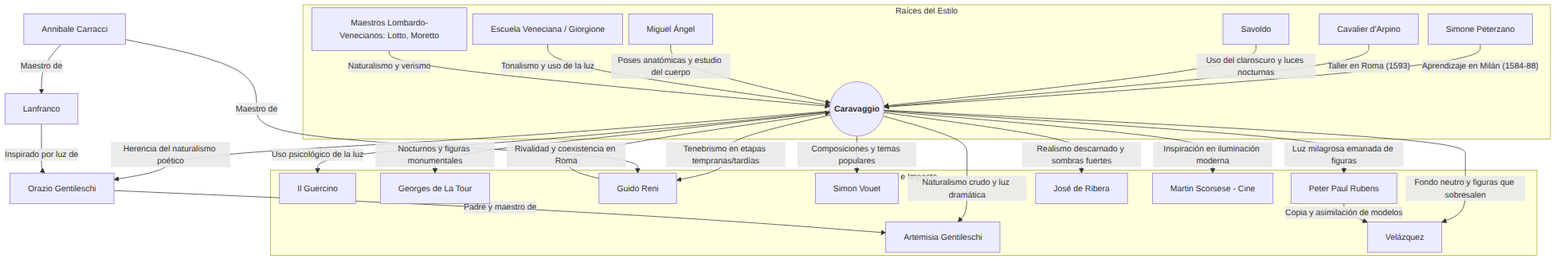
Above: caravaggio.png in JJ/barroco-sources (Mermaid), before the change. Its source is kept beside it as caravaggio.mmd.
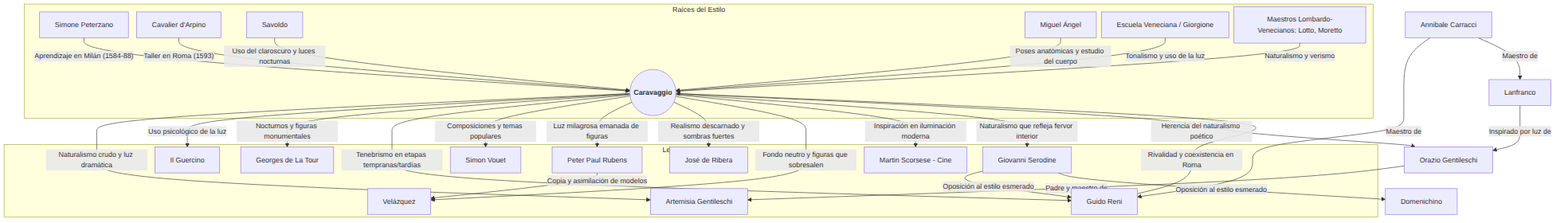
Later version of the same file.

Commit message:
añade a Serodine

The edit, as a diff of the source:
```diff
@@ -20,6 +20,7 @@
         C -- "Realismo descarnado y sombras fuertes" --> Ribera[José de Ribera]
         C -- "Fondo neutro y figuras que sobresalen" --> Velazquez[Velázquez]
         C -- "Inspiración en iluminación moderna" --> Scorsese[Martin Scorsese - Cine]
+        C -- "Naturalismo que refleja fervor interior" --> Serodine[Giovanni Serodine]
     end
 
     Orazio[Orazio Gentileschi] -- "Padre y maestro de" --> Artemisia
@@ -29,3 +30,5 @@
     Reni -- "Rivalidad y coexistencia en Roma" --> C
     Lanfranco -- "Inspirado por luz de" --> Orazio
     Rubens -- "Copia y asimilación de modelos" --> Velazquez
+    Serodine -- "Oposición al estilo esmerado" --> Reni
+    Serodine -- "Oposición al estilo esmerado" --> Domenichino
```
